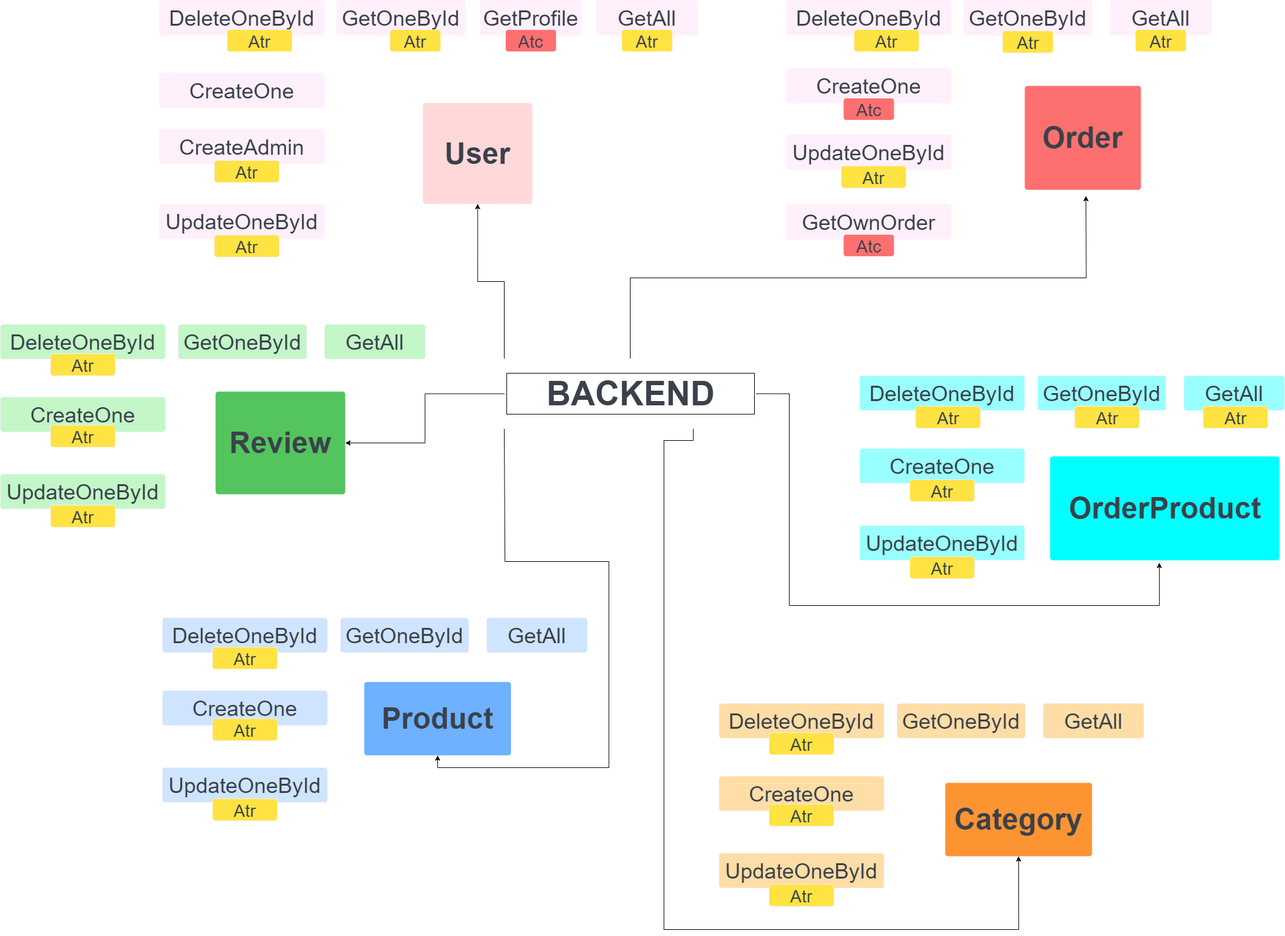
tramnguyenhere/shop-hive_ecommerce keeps this draw.io diagram as shophive-application.drawio.png. Above is the earlier version. Source tidied: cells renumbered, new cells last; positions are measured from the earlier drawing's top-left corner, leaving out a move shared by most shapes.
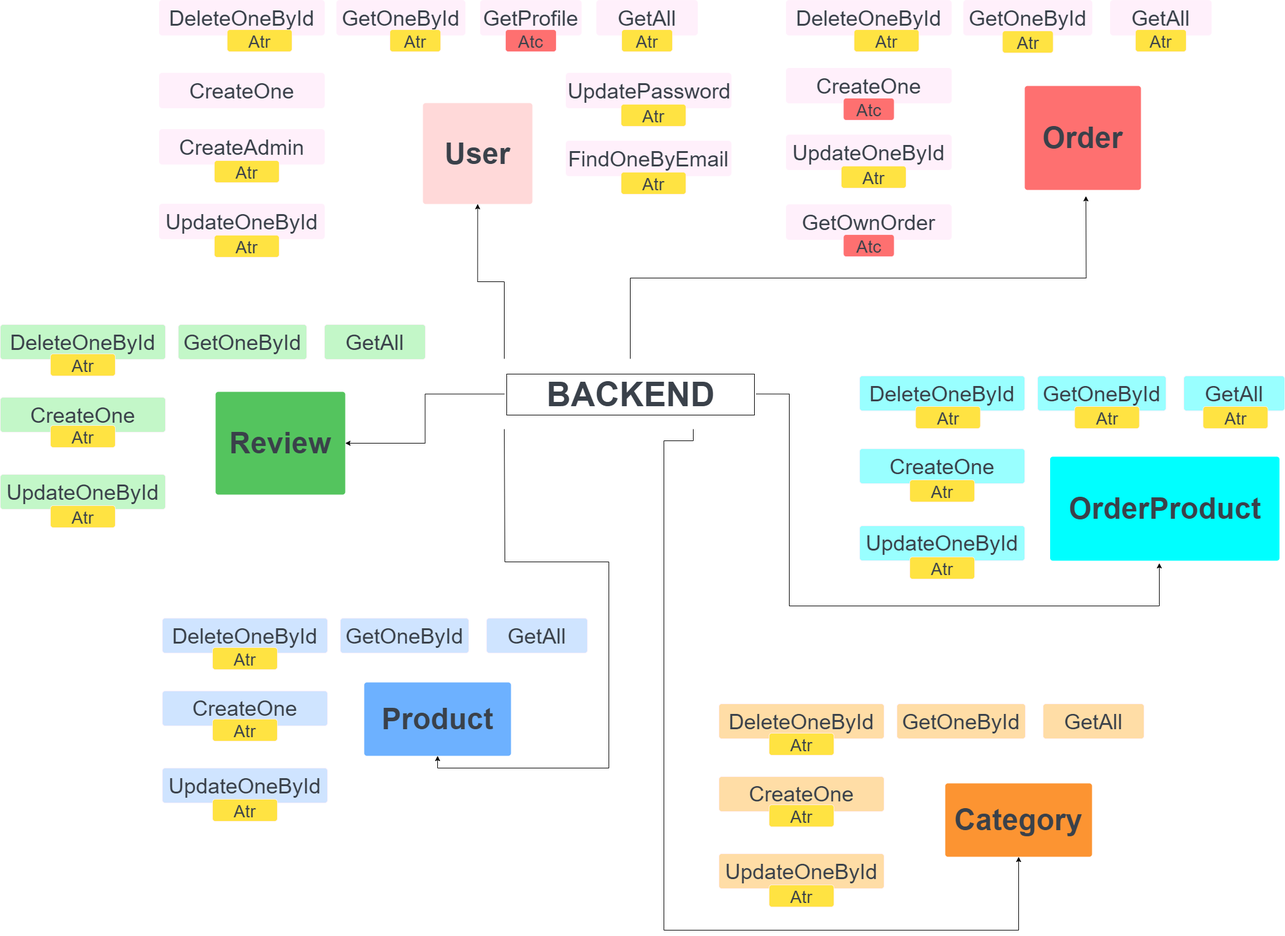
The same diagram one commit later.

Commit message:
Added user service test

Change to the diagram source:
```diff
@@ -275,5 +275,23 @@
     <mxCell id="85" value="Atr" style="html=1;overflow=block;blockSpacing=1;whiteSpace=wrap;fontSize=28.3;fontColor=#3a414a;spacing=3.8;strokeColor=#fff0fb;strokeOpacity=100;fillOpacity=100;rounded=1;absoluteArcSize=1;arcSize=9;fillColor=#ffe342;strokeWidth=0.8;lucidId=sEwlgzCxvTww;" parent="1" vertex="1">
       <mxGeometry x="1966.5" y="664" width="106" height="36" as="geometry" />
     </mxCell>
+    <mxCell id="86" style="group;" parent="1" vertex="1">
+      <mxGeometry x="925" y="119" width="270" height="87" as="geometry" />
+    </mxCell>
+    <mxCell id="87" value="UpdatePassword" style="html=1;overflow=block;blockSpacing=1;whiteSpace=wrap;fontSize=35;fontColor=#3a414a;spacing=3.8;strokeColor=#fff0fb;strokeOpacity=100;fillOpacity=100;rounded=1;absoluteArcSize=1;arcSize=9;fillColor=#fff0fb;strokeWidth=0.8;lucidId=sEwl.W~podRC;" parent="86" vertex="1">
+      <mxGeometry width="270" height="57" as="geometry" />
+    </mxCell>
+    <mxCell id="88" value="Atr" style="html=1;overflow=block;blockSpacing=1;whiteSpace=wrap;fontSize=28.3;fontColor=#3a414a;spacing=3.8;strokeColor=#fff0fb;strokeOpacity=100;fillOpacity=100;rounded=1;absoluteArcSize=1;arcSize=9;fillColor=#ffe342;strokeWidth=0.8;lucidId=sEwlEKLMW0Oa;" parent="86" vertex="1">
+      <mxGeometry x="90" y="51" width="106" height="36" as="geometry" />
+    </mxCell>
+    <mxCell id="89" style="group;" parent="1" vertex="1">
+      <mxGeometry x="925" y="230" width="270" height="87" as="geometry" />
+    </mxCell>
+    <mxCell id="90" value="FindOneByEmail" style="html=1;overflow=block;blockSpacing=1;whiteSpace=wrap;fontSize=35;fontColor=#3a414a;spacing=3.8;strokeColor=#fff0fb;strokeOpacity=100;fillOpacity=100;rounded=1;absoluteArcSize=1;arcSize=9;fillColor=#fff0fb;strokeWidth=0.8;lucidId=sEwl.W~podRC;" parent="89" vertex="1">
+      <mxGeometry width="270" height="57" as="geometry" />
+    </mxCell>
+    <mxCell id="91" value="Atr" style="html=1;overflow=block;blockSpacing=1;whiteSpace=wrap;fontSize=28.3;fontColor=#3a414a;spacing=3.8;strokeColor=#fff0fb;strokeOpacity=100;fillOpacity=100;rounded=1;absoluteArcSize=1;arcSize=9;fillColor=#ffe342;strokeWidth=0.8;lucidId=sEwlEKLMW0Oa;" parent="89" vertex="1">
+      <mxGeometry x="90" y="51" width="106" height="36" as="geometry" />
+    </mxCell>
   </root>
 </mxGraphModel>
```
